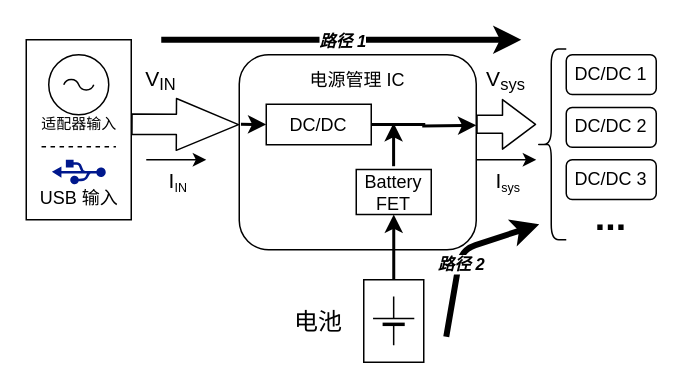
Before: diagram/CHN1.4.drawio in huhu6608/3Paths_UPS, a draw.io diagram. Source tidied: cells renumbered, new cells numbered last; positions are measured from the earlier drawing's top-left corner, leaving out a move shared by most shapes. Both pictures are drawn from the tidied source at 150%, with x=0, y=0 at pixel (26, 39).
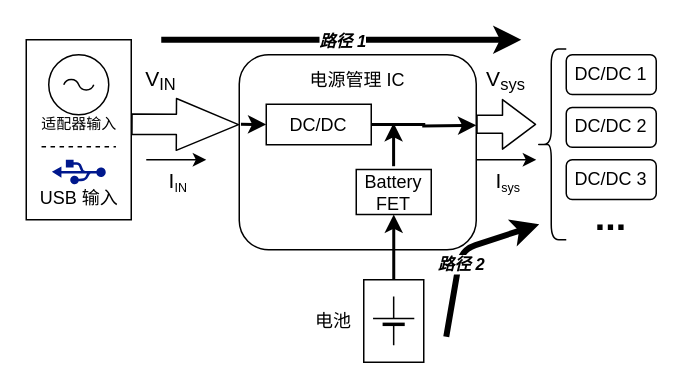
Above is the later version.

The edit, as a diff of the source:
```diff
@@
-    <mxCell id="28" value="&lt;font style=&quot;font-size: 16px&quot;&gt;电池&lt;/font&gt;" style="text;html=1;strokeColor=none;fillColor=none;align=center;verticalAlign=middle;whiteSpace=wrap;rounded=0;fontSize=10;" parent="1" vertex="1">
-      <mxGeometry x="175" y="177.5" width="40" height="20" as="geometry" />
+    <mxCell id="28" value="&lt;font style=&quot;font-size: 12px&quot;&gt;电池&lt;/font&gt;" style="text;html=1;strokeColor=none;fillColor=none;align=center;verticalAlign=middle;whiteSpace=wrap;rounded=0;fontSize=10;" parent="1" vertex="1">
+      <mxGeometry x="185" y="177.5" width="40" height="20" as="geometry" />
     </mxCell>
```
